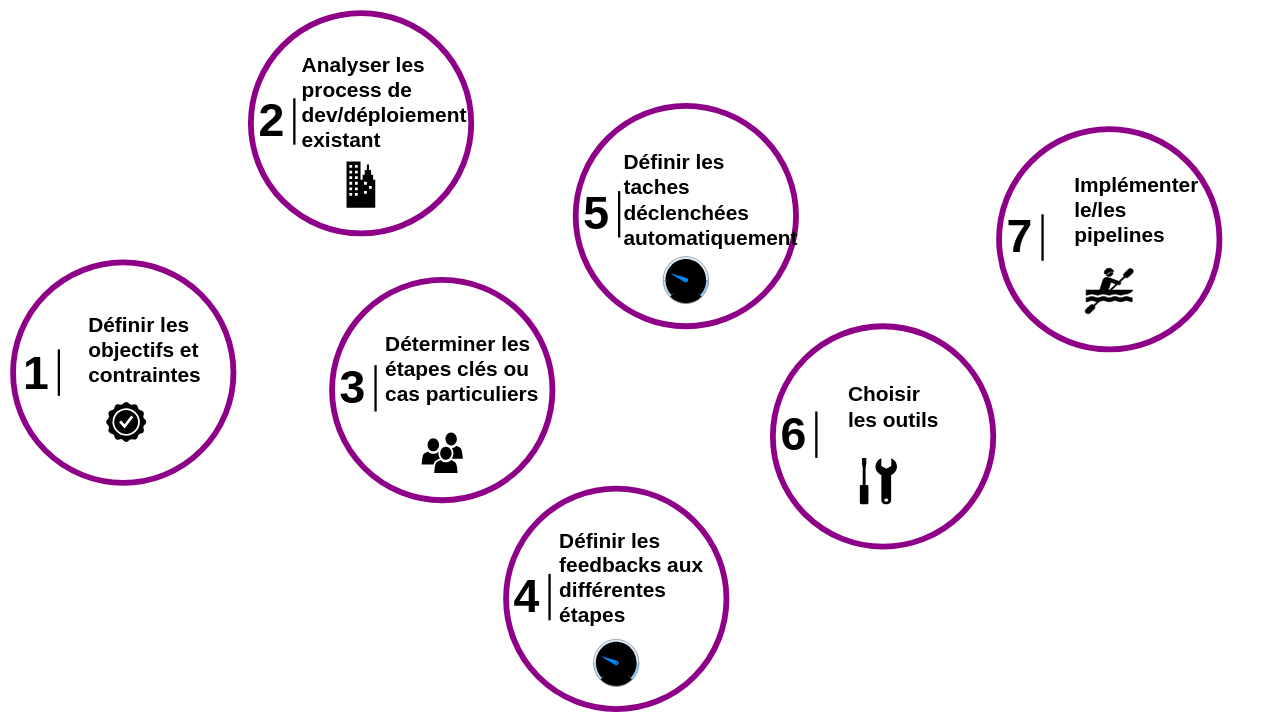
Before: page "bubbles" (1 of 2) of prez/story/images/pipeline-steps.drawio in arcanneero/cicd-divorce-slides, a draw.io diagram. Source tidied: cells renumbered, new cells numbered last; positions are measured from the earlier drawing's top-left corner, leaving out a move shared by most shapes. Both pictures are drawn from the tidied source at 58%, with x=0, y=0 at pixel (13, 13). Pictures stored in the file or linked from it are replaced by grey dashed boxes.
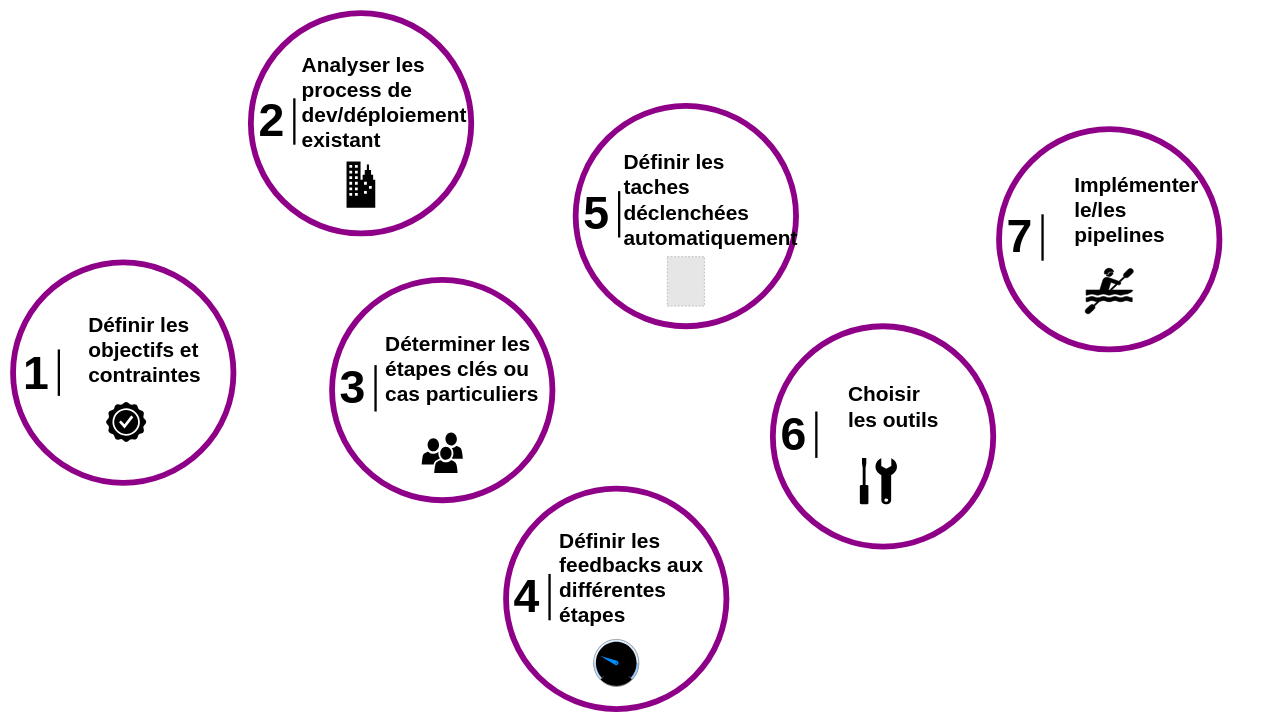
Above is the later version.

The edit, as a diff of the source:
```diff
@@
-    <mxCell id="30" style="verticalLabelPosition=bottom;shadow=0;dashed=0;align=center;html=1;verticalAlign=top;strokeWidth=1;shape=mxgraph.mockup.graphics.gauge;fillColor=#000000;strokeColor=#999999;gaugePos=25;scaleColors=#bbddff,#ddeeff,#99ccff;gaugeLabels=,,;needleColor=#008cff;fontSize=36;" parent="25" vertex="1">
-      <mxGeometry x="1121" y="420" width="78" height="81" as="geometry" />
-    </mxCell>
+    <mxCell id="43" style="fillColor=#E6E6E6;strokeColor=#999999;dashed=1;verticalLabelPosition=bottom;labelBackgroundColor=default;verticalAlign=top;" parent="25" vertex="1">
+      <mxGeometry x="1128" y="420" width="64" height="85.3" as="geometry" />
+    </mxCell>
```
